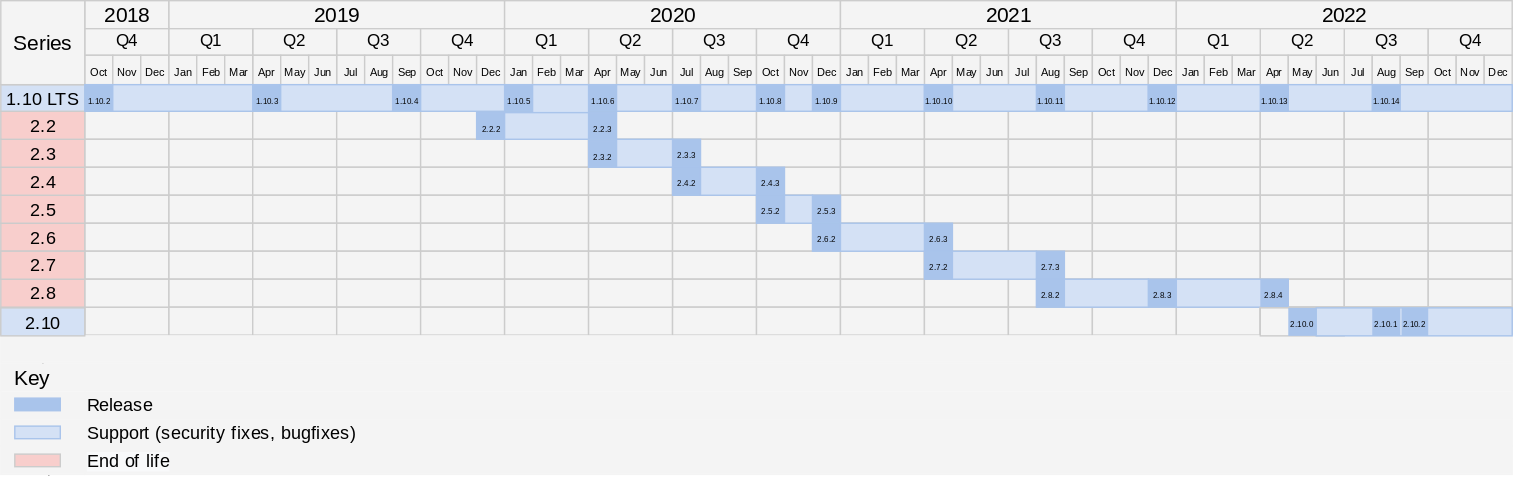
The draw.io diagram doc/release/_images/releases_calendar.svg in tarantool/doc, before a commit. Source tidied: cells renumbered, new cells last; positions are measured from the earlier drawing's top-left corner, leaving out a move shared by most shapes.
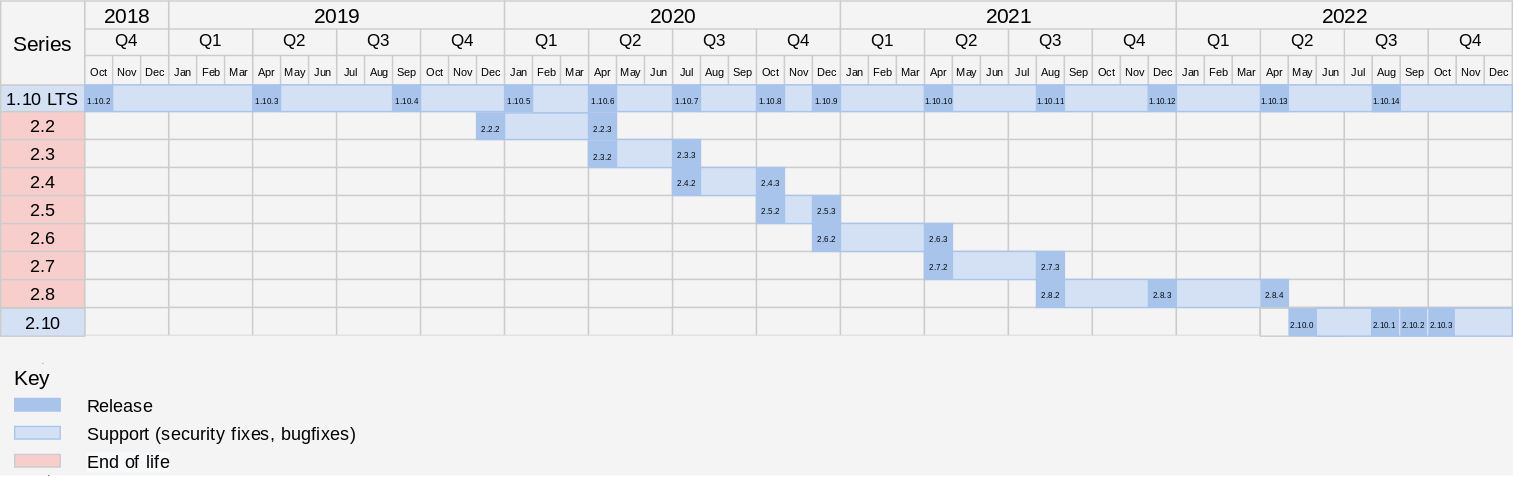
The same file after the commit.

What changed in the source:
```diff
@@ -910,13 +910,16 @@
       <mxGeometry y="179" width="60" height="20" as="geometry" />
     </mxCell>
     <mxCell id="303" value="&lt;font face=&quot;VK Sans Text&quot; style=&quot;font-size: 6px&quot;&gt;2.10.1&lt;/font&gt;" style="rounded=0;whiteSpace=wrap;html=1;fillColor=#A9C4EB;strokeColor=none;" parent="1" vertex="1">
-      <mxGeometry x="980" y="219.5" width="20" height="20" as="geometry" />
+      <mxGeometry x="979" y="219.5" width="20" height="20" as="geometry" />
     </mxCell>
     <mxCell id="304" value="&lt;span style=&quot;font-size: 6px&quot;&gt;&lt;font face=&quot;VK Sans Text&quot;&gt;1.10.14&lt;/font&gt;&lt;/span&gt;" style="align=center;strokeColor=#A9C4EB;html=1;fillColor=#A9C4EB;" parent="1" vertex="1">
       <mxGeometry x="980" y="60" width="20" height="19" as="geometry" />
     </mxCell>
     <mxCell id="305" value="&lt;font face=&quot;VK Sans Text&quot; style=&quot;font-size: 6px&quot;&gt;2.10.2&lt;/font&gt;" style="rounded=0;whiteSpace=wrap;html=1;fillColor=#A9C4EB;strokeColor=none;" parent="1" vertex="1">
-      <mxGeometry x="1001" y="219.5" width="19" height="20" as="geometry" />
+      <mxGeometry x="1000" y="219.5" width="19" height="20" as="geometry" />
     </mxCell>
+    <mxCell id="306" value="&lt;font face=&quot;VK Sans Text&quot; style=&quot;font-size: 6px&quot;&gt;2.10.3&lt;/font&gt;" style="rounded=0;whiteSpace=wrap;html=1;fillColor=#A9C4EB;strokeColor=none;" parent="1" vertex="1">
+      <mxGeometry x="1020" y="219.5" width="19" height="20" as="geometry" />
+    </mxCell>
   </root>
 </mxGraphModel>
```
